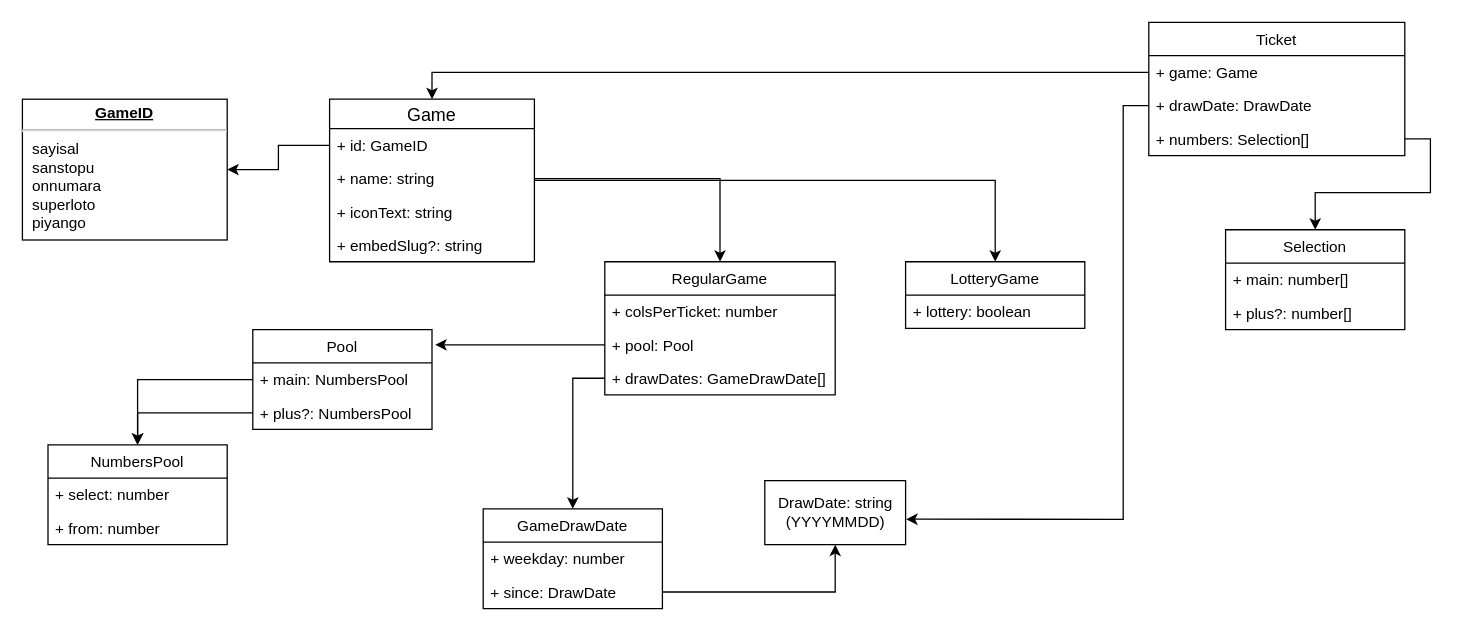
Earlier version of the draw.io diagram diagrams/Models.drawio (caglarturali/piyango). Source tidied: cells renumbered, new cells numbered last; positions are measured from the earlier drawing's top-left corner, leaving out a move shared by most shapes. Both pictures are drawn from the tidied source at 128%, with x=0, y=0 at pixel (22, 22).
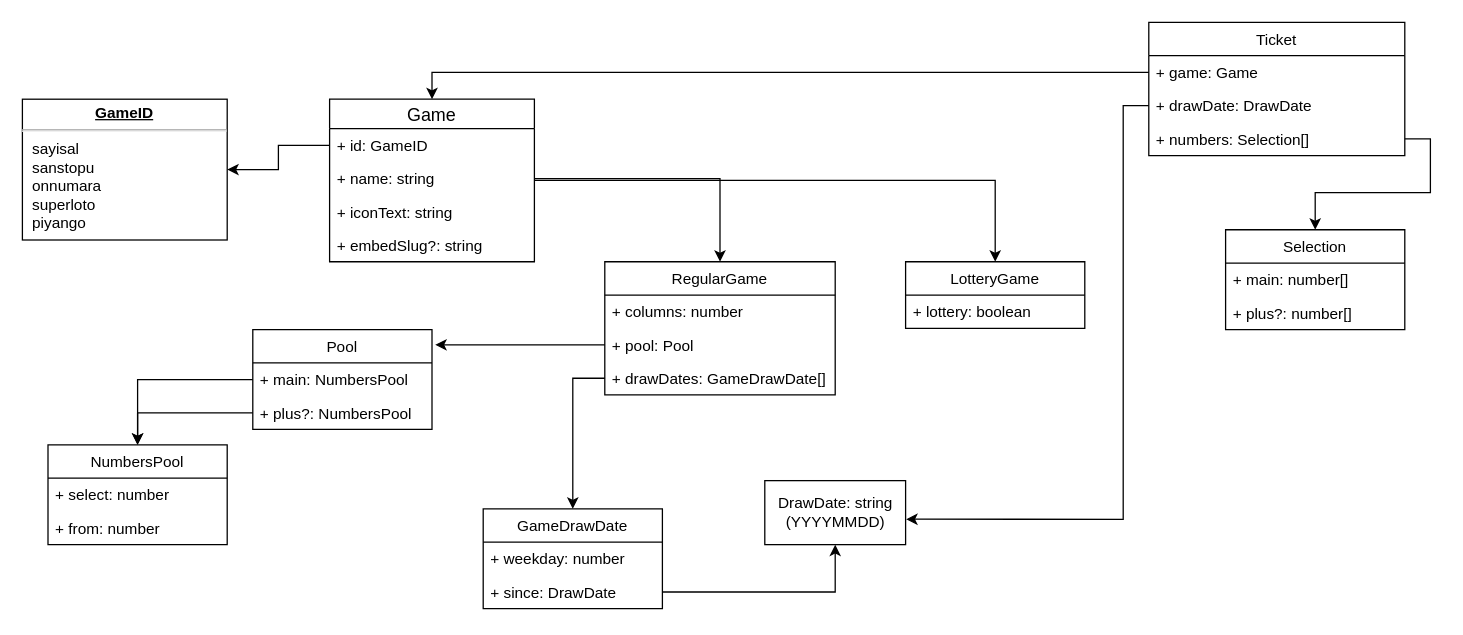
Above is the later version.

Commit message:
Revert field name back to columns

Unchanged cells that the change refers to:
```xml
<mxCell id="36" value="RegularGame" style="swimlane;fontStyle=0;horizontal=1;startSize=26;fillColor=none;" parent="1" vertex="1">
  <mxGeometry x="455" y="187" width="180" height="104" as="geometry" />
</mxCell>
```

Diff of the diagram source:
```diff
@@
-    <mxCell id="37" value="+ colsPerTicket: number" style="text;strokeColor=none;fillColor=none;align=left;verticalAlign=top;spacingLeft=4;spacingRight=4;overflow=hidden;" parent="36" vertex="1">
+    <mxCell id="37" value="+ columns: number" style="text;strokeColor=none;fillColor=none;align=left;verticalAlign=top;spacingLeft=4;spacingRight=4;overflow=hidden;" parent="36" vertex="1">
       <mxGeometry y="26" width="180" height="26" as="geometry" />
     </mxCell>
```
